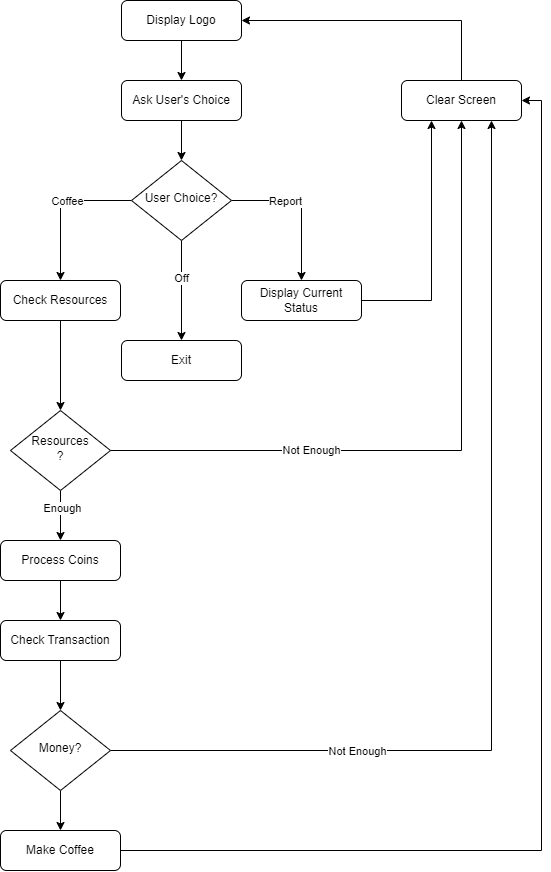
Before: day_15_coffee_machine/project_files/flowchart_coffee_machine.png, a diagram exported from draw.io (ErkanHatipoglu/100-days-of-code). Source tidied: cells renumbered, new cells last; positions are measured from the earlier drawing's top-left corner, leaving out a move shared by most shapes. The source it was exported from:
```xml
<mxGraphModel>
  <root>
    <mxCell id="0" />
    <mxCell id="1" parent="0" />
    <mxCell id="2" style="edgeStyle=orthogonalEdgeStyle;rounded=0;jettySize=auto;html=1;exitX=0.5;exitY=1;exitDx=0;exitDy=0;" parent="1" edge="1" source="3" target="5">
      <mxGeometry relative="1" as="geometry" />
    </mxCell>
    <mxCell id="3" value="Display Logo" style="rounded=1;whiteSpace=wrap;html=1;fontSize=12;glass=0;strokeWidth=1;shadow=0;" parent="1" vertex="1">
      <mxGeometry x="121" width="120" height="40" as="geometry" />
    </mxCell>
    <mxCell id="4" style="edgeStyle=orthogonalEdgeStyle;rounded=0;jettySize=auto;html=1;exitX=0.5;exitY=1;exitDx=0;exitDy=0;entryX=0.5;entryY=0;entryDx=0;entryDy=0;" parent="1" edge="1" source="5" target="12">
      <mxGeometry relative="1" as="geometry" />
    </mxCell>
    <mxCell id="5" value="Ask User's Choice" style="rounded=1;whiteSpace=wrap;html=1;fontSize=12;glass=0;strokeWidth=1;shadow=0;" parent="1" vertex="1">
      <mxGeometry x="121" y="80" width="120" height="40" as="geometry" />
    </mxCell>
    <mxCell id="6" style="edgeStyle=orthogonalEdgeStyle;rounded=0;jettySize=auto;html=1;exitX=1;exitY=0.5;exitDx=0;exitDy=0;entryX=0.5;entryY=0;entryDx=0;entryDy=0;" parent="1" edge="1" source="12" target="16">
      <mxGeometry relative="1" as="geometry" />
    </mxCell>
    <mxCell id="7" value="Report" style="edgeLabel;html=1;align=center;verticalAlign=middle;" parent="6" vertex="1">
      <mxGeometry x="-0.3" relative="1" as="geometry" />
    </mxCell>
    <mxCell id="8" style="edgeStyle=orthogonalEdgeStyle;rounded=0;jettySize=auto;html=1;exitX=0.5;exitY=1;exitDx=0;exitDy=0;entryX=0.5;entryY=0;entryDx=0;entryDy=0;" parent="1" edge="1" source="12" target="17">
      <mxGeometry relative="1" as="geometry" />
    </mxCell>
    <mxCell id="9" value="Off" style="edgeLabel;html=1;align=center;verticalAlign=middle;" parent="8" vertex="1">
      <mxGeometry x="-0.24" y="-1" relative="1" as="geometry" />
    </mxCell>
    <mxCell id="10" style="edgeStyle=orthogonalEdgeStyle;rounded=0;jettySize=auto;html=1;exitX=0;exitY=0.5;exitDx=0;exitDy=0;entryX=0.5;entryY=0;entryDx=0;entryDy=0;" parent="1" edge="1" source="12" target="14">
      <mxGeometry relative="1" as="geometry" />
    </mxCell>
    <mxCell id="11" value="Coffee" style="edgeLabel;html=1;align=center;verticalAlign=middle;" parent="10" vertex="1">
      <mxGeometry x="-0.16" relative="1" as="geometry" />
    </mxCell>
    <mxCell id="12" value="User Choice?" style="rhombus;whiteSpace=wrap;html=1;shadow=0;fontFamily=Helvetica;fontSize=12;align=center;strokeWidth=1;spacing=6;spacingTop=-4;" parent="1" vertex="1">
      <mxGeometry x="131" y="160" width="100" height="80" as="geometry" />
    </mxCell>
    <mxCell id="13" style="edgeStyle=orthogonalEdgeStyle;rounded=0;jettySize=auto;html=1;exitX=0.5;exitY=1;exitDx=0;exitDy=0;entryX=0.5;entryY=0;entryDx=0;entryDy=0;" parent="1" edge="1" source="14" target="24">
      <mxGeometry relative="1" as="geometry" />
    </mxCell>
    <mxCell id="14" value="Check Resources" style="rounded=1;whiteSpace=wrap;html=1;fontSize=12;glass=0;strokeWidth=1;shadow=0;" parent="1" vertex="1">
      <mxGeometry y="280" width="120" height="40" as="geometry" />
    </mxCell>
    <mxCell id="15" style="edgeStyle=orthogonalEdgeStyle;rounded=0;jettySize=auto;html=1;exitX=1;exitY=0.5;exitDx=0;exitDy=0;entryX=0.25;entryY=1;entryDx=0;entryDy=0;" parent="1" edge="1" source="16" target="19">
      <mxGeometry relative="1" as="geometry" />
    </mxCell>
    <mxCell id="16" value="Display Current Status" style="rounded=1;whiteSpace=wrap;html=1;fontSize=12;glass=0;strokeWidth=1;shadow=0;" parent="1" vertex="1">
      <mxGeometry x="241" y="280" width="120" height="40" as="geometry" />
    </mxCell>
    <mxCell id="17" value="Exit" style="rounded=1;whiteSpace=wrap;html=1;fontSize=12;glass=0;strokeWidth=1;shadow=0;" parent="1" vertex="1">
      <mxGeometry x="121" y="340" width="120" height="40" as="geometry" />
    </mxCell>
    <mxCell id="18" style="edgeStyle=orthogonalEdgeStyle;rounded=0;jettySize=auto;html=1;exitX=0.5;exitY=0;exitDx=0;exitDy=0;entryX=1;entryY=0.5;entryDx=0;entryDy=0;" parent="1" edge="1" source="19" target="3">
      <mxGeometry relative="1" as="geometry" />
    </mxCell>
    <mxCell id="19" value="Clear Screen" style="rounded=1;whiteSpace=wrap;html=1;fontSize=12;glass=0;strokeWidth=1;shadow=0;" parent="1" vertex="1">
      <mxGeometry x="401" y="80" width="120" height="40" as="geometry" />
    </mxCell>
    <mxCell id="20" style="edgeStyle=orthogonalEdgeStyle;rounded=0;jettySize=auto;html=1;exitX=0.5;exitY=1;exitDx=0;exitDy=0;entryX=0.5;entryY=0;entryDx=0;entryDy=0;" parent="1" edge="1" source="24" target="26">
      <mxGeometry relative="1" as="geometry" />
    </mxCell>
    <mxCell id="21" value="Enough" style="edgeLabel;html=1;align=center;verticalAlign=middle;" parent="20" vertex="1">
      <mxGeometry x="-0.31" y="1" relative="1" as="geometry" />
    </mxCell>
    <mxCell id="22" style="edgeStyle=orthogonalEdgeStyle;rounded=0;jettySize=auto;html=1;exitX=1;exitY=0.5;exitDx=0;exitDy=0;entryX=0.5;entryY=1;entryDx=0;entryDy=0;" parent="1" edge="1" source="24" target="19">
      <mxGeometry relative="1" as="geometry" />
    </mxCell>
    <mxCell id="23" value="Not Enough" style="edgeLabel;html=1;align=center;verticalAlign=middle;" parent="22" vertex="1">
      <mxGeometry x="-0.41" y="1" relative="1" as="geometry" />
    </mxCell>
    <mxCell id="24" value="Resources&lt;br&gt;?" style="rhombus;whiteSpace=wrap;html=1;shadow=0;fontFamily=Helvetica;fontSize=12;align=center;strokeWidth=1;spacing=6;spacingTop=-4;" parent="1" vertex="1">
      <mxGeometry x="10" y="410" width="100" height="80" as="geometry" />
    </mxCell>
    <mxCell id="25" style="edgeStyle=orthogonalEdgeStyle;rounded=0;jettySize=auto;html=1;exitX=0.5;exitY=1;exitDx=0;exitDy=0;entryX=0.5;entryY=0;entryDx=0;entryDy=0;" parent="1" edge="1" source="26" target="28">
      <mxGeometry relative="1" as="geometry" />
    </mxCell>
    <mxCell id="26" value="Process Coins" style="rounded=1;whiteSpace=wrap;html=1;fontSize=12;glass=0;strokeWidth=1;shadow=0;" parent="1" vertex="1">
      <mxGeometry y="540" width="120" height="40" as="geometry" />
    </mxCell>
    <mxCell id="27" style="edgeStyle=orthogonalEdgeStyle;rounded=0;jettySize=auto;html=1;exitX=0.5;exitY=1;exitDx=0;exitDy=0;entryX=0.5;entryY=0;entryDx=0;entryDy=0;" parent="1" edge="1" source="28" target="32">
      <mxGeometry relative="1" as="geometry" />
    </mxCell>
    <mxCell id="28" value="Check Transaction" style="rounded=1;whiteSpace=wrap;html=1;fontSize=12;glass=0;strokeWidth=1;shadow=0;" parent="1" vertex="1">
      <mxGeometry y="620" width="120" height="40" as="geometry" />
    </mxCell>
    <mxCell id="29" style="edgeStyle=orthogonalEdgeStyle;rounded=0;jettySize=auto;html=1;exitX=0.5;exitY=1;exitDx=0;exitDy=0;entryX=0.5;entryY=0;entryDx=0;entryDy=0;" parent="1" edge="1" source="32" target="34">
      <mxGeometry relative="1" as="geometry" />
    </mxCell>
    <mxCell id="30" style="edgeStyle=orthogonalEdgeStyle;rounded=0;jettySize=auto;html=1;exitX=1;exitY=0.5;exitDx=0;exitDy=0;entryX=0.75;entryY=1;entryDx=0;entryDy=0;" parent="1" edge="1" source="32" target="19">
      <mxGeometry relative="1" as="geometry" />
    </mxCell>
    <mxCell id="31" value="Not Enough" style="edgeLabel;html=1;align=center;verticalAlign=middle;" parent="30" vertex="1">
      <mxGeometry x="-0.51" relative="1" as="geometry">
        <mxPoint x="-1" as="offset" />
      </mxGeometry>
    </mxCell>
    <mxCell id="32" value="Money?" style="rhombus;whiteSpace=wrap;html=1;shadow=0;fontFamily=Helvetica;fontSize=12;align=center;strokeWidth=1;spacing=6;spacingTop=-4;" parent="1" vertex="1">
      <mxGeometry x="10" y="710" width="100" height="80" as="geometry" />
    </mxCell>
    <mxCell id="33" style="edgeStyle=orthogonalEdgeStyle;rounded=0;jettySize=auto;html=1;exitX=1;exitY=0.5;exitDx=0;exitDy=0;entryX=1;entryY=0.5;entryDx=0;entryDy=0;" parent="1" edge="1" source="34" target="19">
      <mxGeometry relative="1" as="geometry" />
    </mxCell>
    <mxCell id="34" value="Make Coffee" style="rounded=1;whiteSpace=wrap;html=1;fontSize=12;glass=0;strokeWidth=1;shadow=0;" parent="1" vertex="1">
      <mxGeometry y="830" width="120" height="40" as="geometry" />
    </mxCell>
  </root>
</mxGraphModel>
```
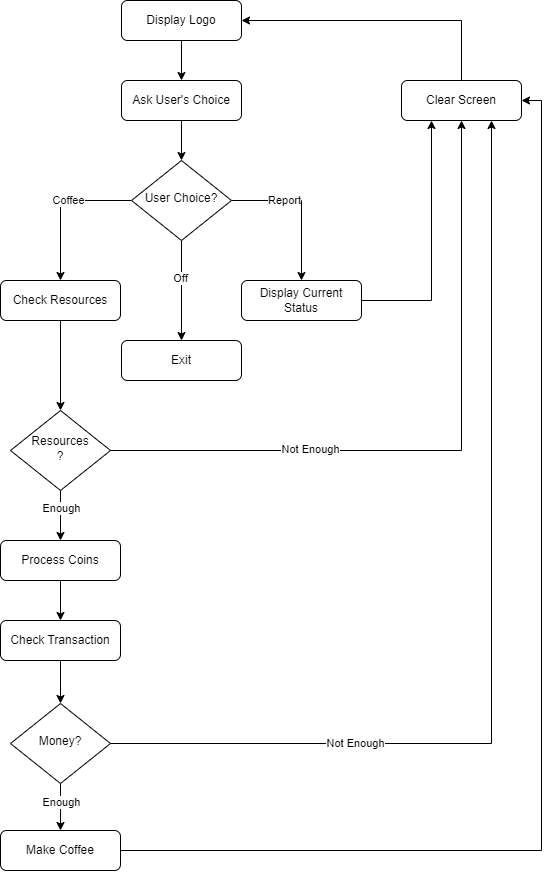
After the change.

Commit message:
Insert flowchart.png day_15

What changed in the source:
```diff
@@ -86,6 +86,9 @@
     <mxCell id="29" style="edgeStyle=orthogonalEdgeStyle;rounded=0;jettySize=auto;html=1;exitX=0.5;exitY=1;exitDx=0;exitDy=0;entryX=0.5;entryY=0;entryDx=0;entryDy=0;" parent="1" edge="1" source="32" target="34">
       <mxGeometry relative="1" as="geometry" />
     </mxCell>
+    <mxCell id="35" value="Enough" style="edgeLabel;html=1;align=center;verticalAlign=middle;" parent="29" vertex="1">
+      <mxGeometry x="-0.21" y="1" relative="1" as="geometry" />
+    </mxCell>
     <mxCell id="30" style="edgeStyle=orthogonalEdgeStyle;rounded=0;jettySize=auto;html=1;exitX=1;exitY=0.5;exitDx=0;exitDy=0;entryX=0.75;entryY=1;entryDx=0;entryDy=0;" parent="1" edge="1" source="32" target="19">
       <mxGeometry relative="1" as="geometry" />
     </mxCell>
@@ -95,7 +98,7 @@
       </mxGeometry>
     </mxCell>
     <mxCell id="32" value="Money?" style="rhombus;whiteSpace=wrap;html=1;shadow=0;fontFamily=Helvetica;fontSize=12;align=center;strokeWidth=1;spacing=6;spacingTop=-4;" parent="1" vertex="1">
-      <mxGeometry x="10" y="710" width="100" height="80" as="geometry" />
+      <mxGeometry x="10" y="703" width="100" height="80" as="geometry" />
     </mxCell>
     <mxCell id="33" style="edgeStyle=orthogonalEdgeStyle;rounded=0;jettySize=auto;html=1;exitX=1;exitY=0.5;exitDx=0;exitDy=0;entryX=1;entryY=0.5;entryDx=0;entryDy=0;" parent="1" edge="1" source="34" target="19">
       <mxGeometry relative="1" as="geometry" />
```
